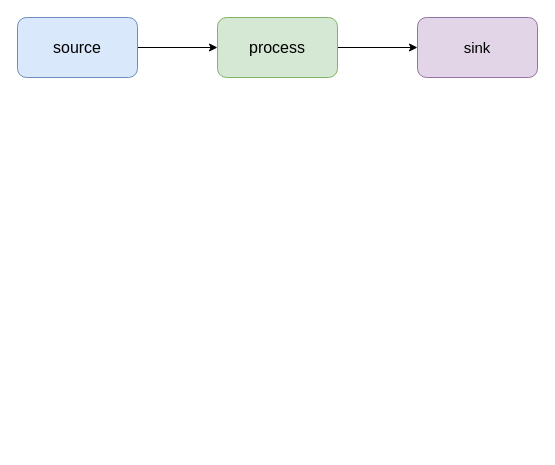
Earlier version of the draw.io diagram flink.drawio (ZiqingYip/moment). Source tidied: cells renumbered, new cells numbered last; positions are measured from the earlier drawing's top-left corner, leaving out a move shared by most shapes. Both pictures are drawn from the tidied source at 100%, with x=0, y=0 at pixel (17, 17).
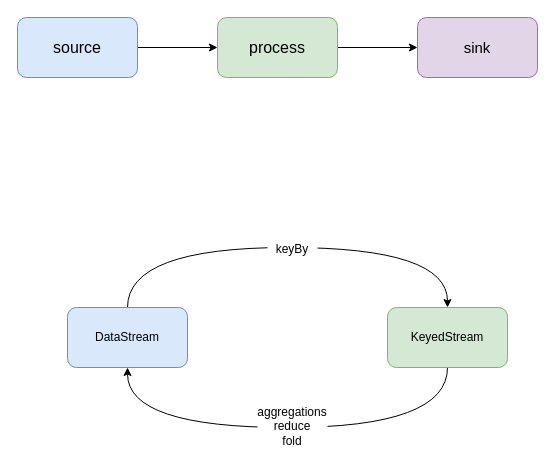
Above is the later version.

What changed in the source:
```diff
@@
 <mxGraphModel>
   <root>
     <mxCell id="0" />
     <mxCell id="1" parent="0" />
     <mxCell id="2" style="edgeStyle=orthogonalEdgeStyle;rounded=0;jettySize=auto;html=1;exitX=1;exitY=0.5;exitDx=0;exitDy=0;entryX=0;entryY=0.5;entryDx=0;entryDy=0;fontSize=15;" parent="1" edge="1" source="3" target="5">
       <mxGeometry relative="1" as="geometry" />
     </mxCell>
     <mxCell id="3" value="&lt;font style=&quot;font-size: 16px;&quot;&gt;source&lt;/font&gt;" style="rounded=1;whiteSpace=wrap;html=1;fillColor=#dae8fc;strokeColor=#6c8ebf;" parent="1" vertex="1">
       <mxGeometry width="120" height="60" as="geometry" />
     </mxCell>
     <mxCell id="4" style="edgeStyle=orthogonalEdgeStyle;rounded=0;jettySize=auto;html=1;exitX=1;exitY=0.5;exitDx=0;exitDy=0;entryX=0;entryY=0.5;entryDx=0;entryDy=0;fontSize=15;" parent="1" edge="1" source="5" target="6">
       <mxGeometry relative="1" as="geometry" />
     </mxCell>
     <mxCell id="5" value="&lt;font style=&quot;font-size: 16px;&quot;&gt;process&lt;/font&gt;" style="rounded=1;whiteSpace=wrap;html=1;fillColor=#d5e8d4;strokeColor=#82b366;" parent="1" vertex="1">
       <mxGeometry x="200" width="120" height="60" as="geometry" />
     </mxCell>
     <mxCell id="6" value="&lt;font style=&quot;font-size: 15px;&quot;&gt;sink&lt;/font&gt;" style="rounded=1;whiteSpace=wrap;html=1;fillColor=#e1d5e7;strokeColor=#9673a6;" parent="1" vertex="1">
       <mxGeometry x="400" width="120" height="60" as="geometry" />
     </mxCell>
+    <mxCell id="7" style="edgeStyle=orthogonalEdgeStyle;curved=1;rounded=0;jettySize=auto;html=1;exitX=0.5;exitY=0;exitDx=0;exitDy=0;entryX=0.5;entryY=0;entryDx=0;entryDy=0;" parent="1" edge="1" source="8" target="10">
+      <mxGeometry relative="1" as="geometry">
+        <Array as="points">
+          <mxPoint x="110" y="230" />
+          <mxPoint x="430" y="230" />
+        </Array>
+      </mxGeometry>
+    </mxCell>
+    <mxCell id="8" value="DataStream" style="rounded=1;whiteSpace=wrap;html=1;fillColor=#dae8fc;strokeColor=#6c8ebf;" parent="1" vertex="1">
+      <mxGeometry x="50" y="290" width="120" height="60" as="geometry" />
+    </mxCell>
+    <mxCell id="9" style="edgeStyle=orthogonalEdgeStyle;curved=1;rounded=0;jettySize=auto;html=1;exitX=0.5;exitY=1;exitDx=0;exitDy=0;entryX=0.5;entryY=1;entryDx=0;entryDy=0;" parent="1" edge="1" source="10" target="8">
+      <mxGeometry relative="1" as="geometry">
+        <Array as="points">
+          <mxPoint x="430" y="410" />
+          <mxPoint x="110" y="410" />
+        </Array>
+      </mxGeometry>
+    </mxCell>
+    <mxCell id="10" value="KeyedStream" style="rounded=1;whiteSpace=wrap;html=1;fillColor=#d5e8d4;strokeColor=#82b366;" parent="1" vertex="1">
+      <mxGeometry x="370" y="290" width="120" height="60" as="geometry" />
+    </mxCell>
+    <mxCell id="11" value="keyBy" style="text;html=1;strokeColor=none;fillColor=default;align=center;verticalAlign=middle;whiteSpace=wrap;rounded=0;" parent="1" vertex="1">
+      <mxGeometry x="250" y="217" width="50" height="30" as="geometry" />
+    </mxCell>
+    <mxCell id="12" value="aggregations&lt;br&gt;reduce&lt;br&gt;fold" style="text;html=1;strokeColor=none;fillColor=default;align=center;verticalAlign=middle;whiteSpace=wrap;rounded=0;" parent="1" vertex="1">
+      <mxGeometry x="240" y="394" width="70" height="30" as="geometry" />
+    </mxCell>
   </root>
 </mxGraphModel>
```
